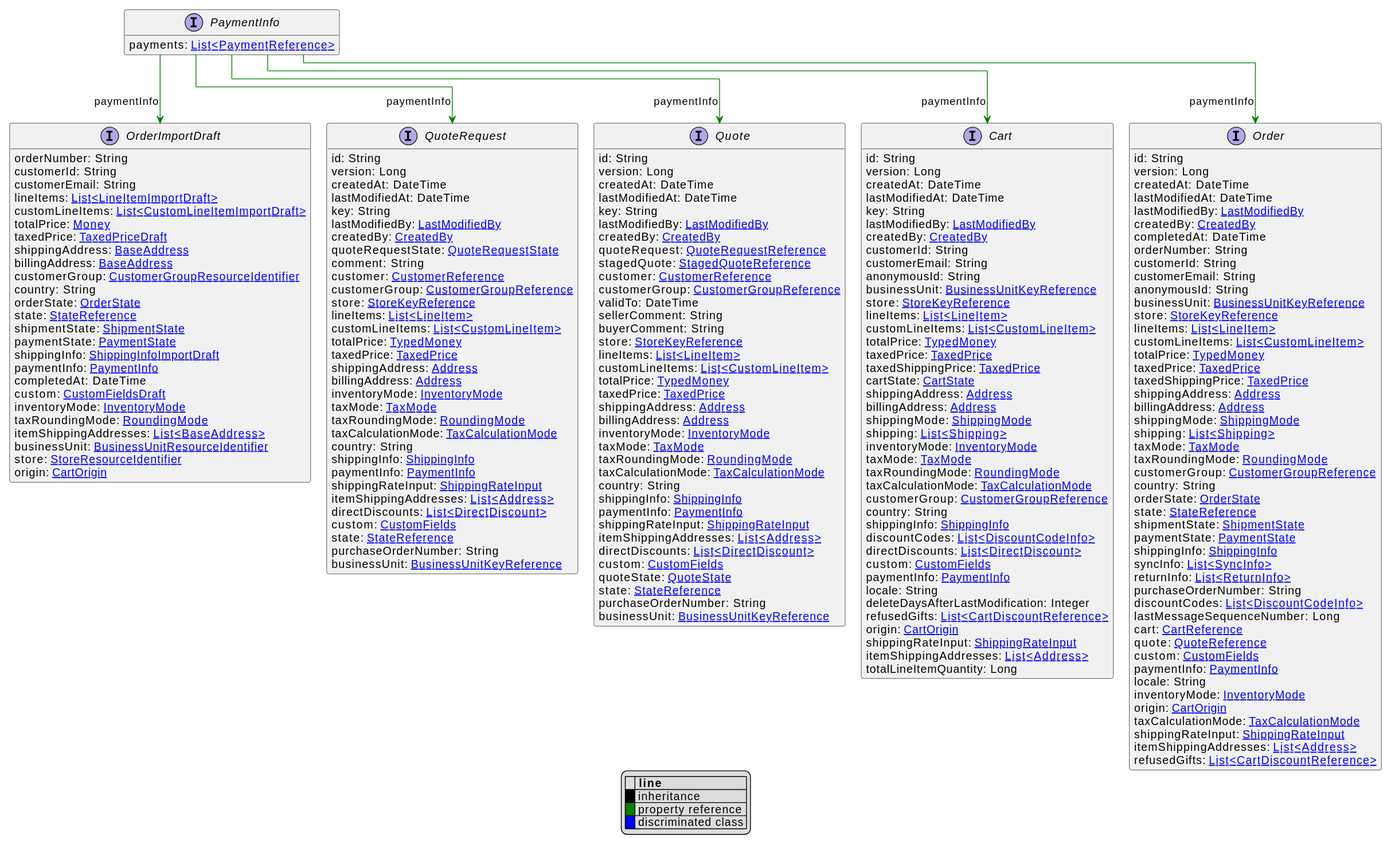
This is uml/api/svg/PaymentInfo.svg from commercetools/commercetools-api-reference, a PlantUML export, as it was before one commit.
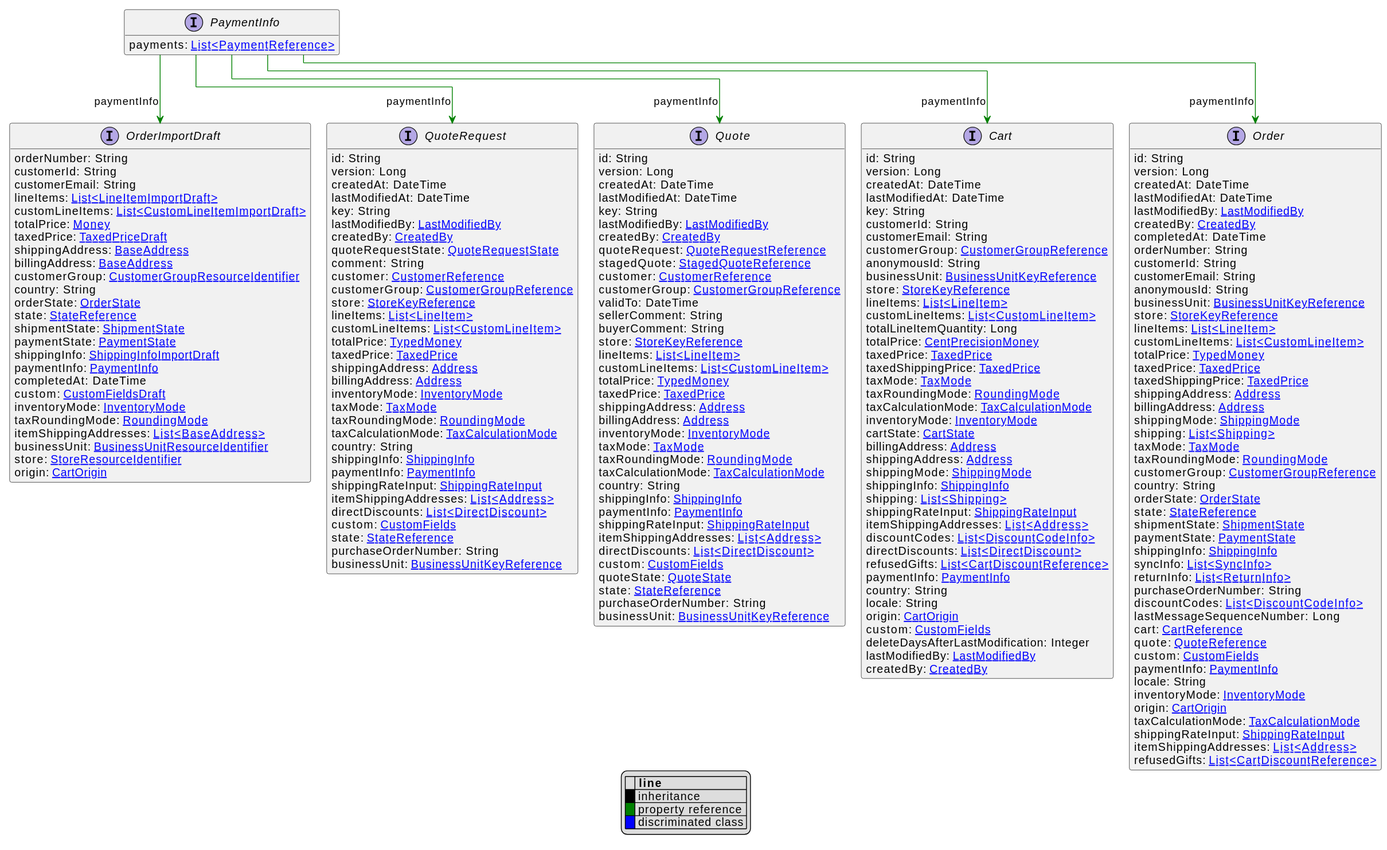
The same diagram one commit later.

Diff of the diagram source:
```diff
@@ -20,41 +20,41 @@
     createdAt: DateTime
     lastModifiedAt: DateTime
     key: String
-    lastModifiedBy: [[LastModifiedBy.svg LastModifiedBy]]
-    createdBy: [[CreatedBy.svg CreatedBy]]
     customerId: String
     customerEmail: String
+    customerGroup: [[CustomerGroupReference.svg CustomerGroupReference]]
     anonymousId: String
     businessUnit: [[BusinessUnitKeyReference.svg BusinessUnitKeyReference]]
     store: [[StoreKeyReference.svg StoreKeyReference]]
     lineItems: [[LineItem.svg List<LineItem>]]
     customLineItems: [[CustomLineItem.svg List<CustomLineItem>]]
-    totalPrice: [[TypedMoney.svg TypedMoney]]
+    totalLineItemQuantity: Long
+    totalPrice: [[CentPrecisionMoney.svg CentPrecisionMoney]]
     taxedPrice: [[TaxedPrice.svg TaxedPrice]]
     taxedShippingPrice: [[TaxedPrice.svg TaxedPrice]]
-    cartState: [[CartState.svg CartState]]
-    shippingAddress: [[Address.svg Address]]
-    billingAddress: [[Address.svg Address]]
-    shippingMode: [[ShippingMode.svg ShippingMode]]
-    shipping: [[Shipping.svg List<Shipping>]]
-    inventoryMode: [[InventoryMode.svg InventoryMode]]
     taxMode: [[TaxMode.svg TaxMode]]
     taxRoundingMode: [[RoundingMode.svg RoundingMode]]
     taxCalculationMode: [[TaxCalculationMode.svg TaxCalculationMode]]
-    customerGroup: [[CustomerGroupReference.svg CustomerGroupReference]]
-    country: String
+    inventoryMode: [[InventoryMode.svg InventoryMode]]
+    cartState: [[CartState.svg CartState]]
+    billingAddress: [[Address.svg Address]]
+    shippingAddress: [[Address.svg Address]]
+    shippingMode: [[ShippingMode.svg ShippingMode]]
     shippingInfo: [[ShippingInfo.svg ShippingInfo]]
+    shipping: [[Shipping.svg List<Shipping>]]
+    shippingRateInput: [[ShippingRateInput.svg ShippingRateInput]]
+    itemShippingAddresses: [[Address.svg List<Address>]]
     discountCodes: [[DiscountCodeInfo.svg List<DiscountCodeInfo>]]
     directDiscounts: [[DirectDiscount.svg List<DirectDiscount>]]
+    refusedGifts: [[CartDiscountReference.svg List<CartDiscountReference>]]
+    paymentInfo: [[PaymentInfo.svg PaymentInfo]]
+    country: String
+    locale: String
+    origin: [[CartOrigin.svg CartOrigin]]
     custom: [[CustomFields.svg CustomFields]]
-    paymentInfo: [[PaymentInfo.svg PaymentInfo]]
-    locale: String
     deleteDaysAfterLastModification: Integer
-    refusedGifts: [[CartDiscountReference.svg List<CartDiscountReference>]]
-    origin: [[CartOrigin.svg CartOrigin]]
-    shippingRateInput: [[ShippingRateInput.svg ShippingRateInput]]
-    itemShippingAddresses: [[Address.svg List<Address>]]
-    totalLineItemQuantity: Long
+    lastModifiedBy: [[LastModifiedBy.svg LastModifiedBy]]
+    createdBy: [[CreatedBy.svg CreatedBy]]
 }
 interface Order [[Order.svg]]  {
     id: String
```
